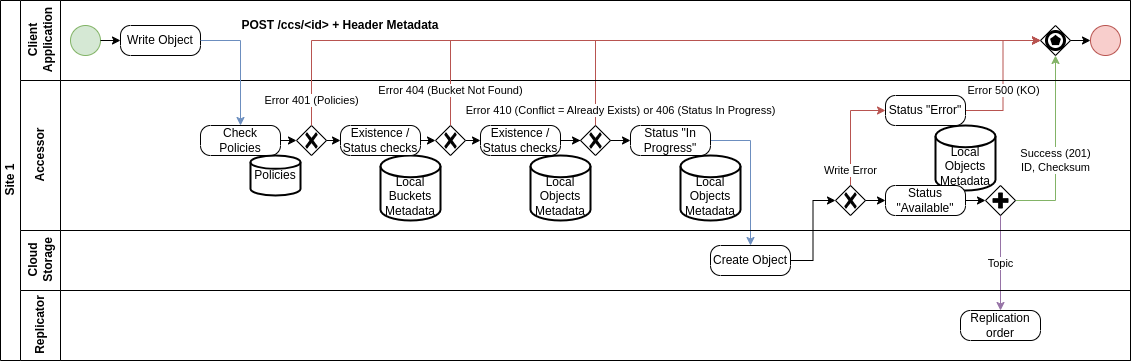
Earlier version of the draw.io export ccs-doc/src/source/images/clone-cloud-store-diagram-Accessor-Create-Object.drawio.png (fredericBregier/clone-cloud-store). Source tidied: cells renumbered, new cells last; positions are measured from the earlier drawing's top-left corner, leaving out a move shared by most shapes.
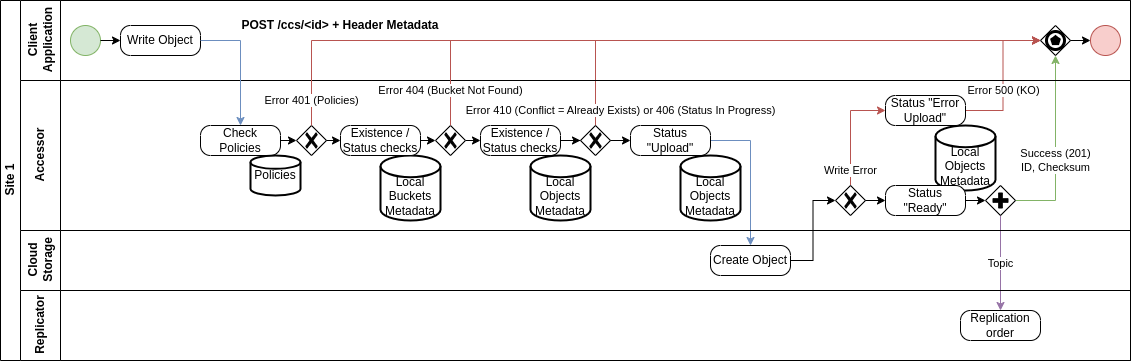
After the change.

The edit, as a diff of the source:
```diff
@@ -71,7 +71,7 @@
     <mxCell id="24" style="points=[[0.25,0.25,0],[0.5,0,0],[0.75,0.25,0],[1,0.5,0],[0.75,0.75,0],[0.5,1,0],[0.25,0.75,0],[0,0.5,0]];shape=mxgraph.bpmn.gateway2;html=1;verticalLabelPosition=bottom;labelBackgroundColor=#ffffff;verticalAlign=top;align=center;perimeter=rhombusPerimeter;outlineConnect=0;outline=none;symbol=none;gwType=exclusive;" parent="16" vertex="1">
       <mxGeometry x="560" y="45" width="30" height="30" as="geometry" />
     </mxCell>
-    <mxCell id="25" value="Status &quot;In Progress&quot;" style="points=[[0.25,0,0],[0.5,0,0],[0.75,0,0],[1,0.25,0],[1,0.5,0],[1,0.75,0],[0.75,1,0],[0.5,1,0],[0.25,1,0],[0,0.75,0],[0,0.5,0],[0,0.25,0]];shape=mxgraph.bpmn.task;whiteSpace=wrap;rectStyle=rounded;size=10;html=1;taskMarker=abstract;" parent="16" vertex="1">
+    <mxCell id="25" value="Status &quot;Upload&quot;" style="points=[[0.25,0,0],[0.5,0,0],[0.75,0,0],[1,0.25,0],[1,0.5,0],[1,0.75,0],[0.75,1,0],[0.5,1,0],[0.25,1,0],[0,0.75,0],[0,0.5,0],[0,0.25,0]];shape=mxgraph.bpmn.task;whiteSpace=wrap;rectStyle=rounded;size=10;html=1;taskMarker=abstract;" parent="16" vertex="1">
       <mxGeometry x="610" y="45" width="80" height="30" as="geometry" />
     </mxCell>
     <mxCell id="26" style="edgeStyle=orthogonalEdgeStyle;rounded=0;jettySize=auto;html=1;exitX=1;exitY=0.5;exitDx=0;exitDy=0;exitPerimeter=0;entryX=0;entryY=0.5;entryDx=0;entryDy=0;entryPerimeter=0;" parent="16" edge="1" source="24" target="25">
@@ -83,13 +83,13 @@
     <mxCell id="28" style="points=[[0.25,0.25,0],[0.5,0,0],[0.75,0.25,0],[1,0.5,0],[0.75,0.75,0],[0.5,1,0],[0.25,0.75,0],[0,0.5,0]];shape=mxgraph.bpmn.gateway2;html=1;verticalLabelPosition=bottom;labelBackgroundColor=#ffffff;verticalAlign=top;align=center;perimeter=rhombusPerimeter;outlineConnect=0;outline=none;symbol=none;gwType=exclusive;" parent="16" vertex="1">
       <mxGeometry x="815" y="105" width="30" height="30" as="geometry" />
     </mxCell>
-    <mxCell id="29" value="Status &quot;Available&quot;" style="points=[[0.25,0,0],[0.5,0,0],[0.75,0,0],[1,0.25,0],[1,0.5,0],[1,0.75,0],[0.75,1,0],[0.5,1,0],[0.25,1,0],[0,0.75,0],[0,0.5,0],[0,0.25,0]];shape=mxgraph.bpmn.task;whiteSpace=wrap;rectStyle=rounded;size=10;html=1;taskMarker=abstract;" parent="16" vertex="1">
+    <mxCell id="29" value="Status &quot;Ready&quot;" style="points=[[0.25,0,0],[0.5,0,0],[0.75,0,0],[1,0.25,0],[1,0.5,0],[1,0.75,0],[0.75,1,0],[0.5,1,0],[0.25,1,0],[0,0.75,0],[0,0.5,0],[0,0.25,0]];shape=mxgraph.bpmn.task;whiteSpace=wrap;rectStyle=rounded;size=10;html=1;taskMarker=abstract;" parent="16" vertex="1">
       <mxGeometry x="865" y="105" width="80" height="30" as="geometry" />
     </mxCell>
     <mxCell id="30" style="edgeStyle=orthogonalEdgeStyle;rounded=0;jettySize=auto;html=1;exitX=1;exitY=0.5;exitDx=0;exitDy=0;exitPerimeter=0;entryX=0;entryY=0.5;entryDx=0;entryDy=0;entryPerimeter=0;" parent="16" edge="1" source="28" target="29">
       <mxGeometry relative="1" as="geometry" />
     </mxCell>
-    <mxCell id="31" value="Status &quot;Error&quot;" style="points=[[0.25,0,0],[0.5,0,0],[0.75,0,0],[1,0.25,0],[1,0.5,0],[1,0.75,0],[0.75,1,0],[0.5,1,0],[0.25,1,0],[0,0.75,0],[0,0.5,0],[0,0.25,0]];shape=mxgraph.bpmn.task;whiteSpace=wrap;rectStyle=rounded;size=10;html=1;taskMarker=abstract;" parent="16" vertex="1">
+    <mxCell id="31" value="Status &quot;Error Upload&quot;" style="points=[[0.25,0,0],[0.5,0,0],[0.75,0,0],[1,0.25,0],[1,0.5,0],[1,0.75,0],[0.75,1,0],[0.5,1,0],[0.25,1,0],[0,0.75,0],[0,0.5,0],[0,0.25,0]];shape=mxgraph.bpmn.task;whiteSpace=wrap;rectStyle=rounded;size=10;html=1;taskMarker=abstract;" parent="16" vertex="1">
       <mxGeometry x="865" y="15" width="80" height="30" as="geometry" />
     </mxCell>
     <mxCell id="32" style="points=[[0.25,0.25,0],[0.5,0,0],[0.75,0.25,0],[1,0.5,0],[0.75,0.75,0],[0.5,1,0],[0.25,0.75,0],[0,0.5,0]];shape=mxgraph.bpmn.gateway2;html=1;verticalLabelPosition=bottom;labelBackgroundColor=#ffffff;verticalAlign=top;align=center;perimeter=rhombusPerimeter;outlineConnect=0;outline=none;symbol=none;gwType=parallel;" parent="16" vertex="1">
```
